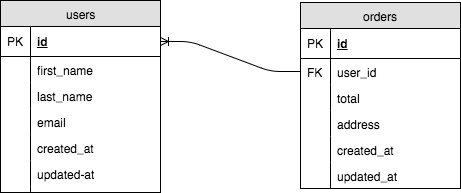
Earlier version of the draw.io export schema_one-to-many.png (darwins-fox-2017/schema-one-to-many). Source tidied: cells renumbered, new cells last; positions are measured from the earlier drawing's top-left corner, leaving out a move shared by most shapes. Source of this version:
```xml
<mxGraphModel background="#ffffff">
  <root>
    <mxCell id="0" />
    <mxCell id="1" parent="0" />
    <mxCell id="2" value="users" style="swimlane;html=1;fontStyle=0;horizontal=1;startSize=26;fillColor=#e0e0e0;swimlaneFillColor=#ffffff;align=center;" parent="1" vertex="1">
      <mxGeometry width="160" height="192" as="geometry" />
    </mxCell>
    <mxCell id="3" value="id" style="shape=partialRectangle;top=0;left=0;right=0;bottom=1;html=1;align=left;verticalAlign=middle;fillColor=none;spacingLeft=34;spacingRight=4;whiteSpace=wrap;overflow=hidden;points=[[0,0.5],[1,0.5]];portConstraint=eastwest;fontStyle=5;" parent="2" vertex="1">
      <mxGeometry y="26" width="160" height="30" as="geometry" />
    </mxCell>
    <mxCell id="4" value="PK" style="shape=partialRectangle;top=0;left=0;bottom=0;html=1;fillColor=none;align=left;verticalAlign=middle;spacingLeft=4;spacingRight=4;whiteSpace=wrap;overflow=hidden;" parent="3" vertex="1">
      <mxGeometry width="30" height="30" as="geometry" />
    </mxCell>
    <mxCell id="5" value="first_name" style="shape=partialRectangle;top=0;left=0;right=0;bottom=0;html=1;align=left;verticalAlign=top;fillColor=none;spacingLeft=34;spacingRight=4;whiteSpace=wrap;overflow=hidden;" parent="2" vertex="1">
      <mxGeometry y="56" width="160" height="26" as="geometry" />
    </mxCell>
    <mxCell id="6" style="shape=partialRectangle;top=0;left=0;bottom=0;html=1;fillColor=none;align=left;verticalAlign=top;spacingLeft=4;spacingRight=4;whiteSpace=wrap;overflow=hidden;" parent="5" vertex="1">
      <mxGeometry width="30" height="26" as="geometry" />
    </mxCell>
    <mxCell id="7" value="last_name" style="shape=partialRectangle;top=0;left=0;right=0;bottom=0;html=1;align=left;verticalAlign=top;fillColor=none;spacingLeft=34;spacingRight=4;whiteSpace=wrap;overflow=hidden;" parent="2" vertex="1">
      <mxGeometry y="82" width="160" height="26" as="geometry" />
    </mxCell>
    <mxCell id="8" style="shape=partialRectangle;top=0;left=0;bottom=0;html=1;fillColor=none;align=left;verticalAlign=top;spacingLeft=4;spacingRight=4;whiteSpace=wrap;overflow=hidden;" parent="7" vertex="1">
      <mxGeometry width="30" height="26" as="geometry" />
    </mxCell>
    <mxCell id="9" value="email" style="shape=partialRectangle;top=0;left=0;right=0;bottom=0;html=1;align=left;verticalAlign=top;fillColor=none;spacingLeft=34;spacingRight=4;whiteSpace=wrap;overflow=hidden;" parent="2" vertex="1">
      <mxGeometry y="108" width="160" height="26" as="geometry" />
    </mxCell>
    <mxCell id="10" style="shape=partialRectangle;top=0;left=0;bottom=0;html=1;fillColor=none;align=left;verticalAlign=top;spacingLeft=4;spacingRight=4;whiteSpace=wrap;overflow=hidden;" parent="9" vertex="1">
      <mxGeometry width="30" height="26" as="geometry" />
    </mxCell>
    <mxCell id="11" value="created_at" style="shape=partialRectangle;top=0;left=0;right=0;bottom=0;html=1;align=left;verticalAlign=top;fillColor=none;spacingLeft=34;spacingRight=4;whiteSpace=wrap;overflow=hidden;" parent="2" vertex="1">
      <mxGeometry y="134" width="160" height="26" as="geometry" />
    </mxCell>
    <mxCell id="12" style="shape=partialRectangle;top=0;left=0;bottom=0;html=1;fillColor=none;align=left;verticalAlign=top;spacingLeft=4;spacingRight=4;whiteSpace=wrap;overflow=hidden;" parent="11" vertex="1">
      <mxGeometry width="30" height="26" as="geometry" />
    </mxCell>
    <mxCell id="13" value="updated-at" style="shape=partialRectangle;top=0;left=0;right=0;bottom=0;html=1;align=left;verticalAlign=top;fillColor=none;spacingLeft=34;spacingRight=4;whiteSpace=wrap;overflow=hidden;" parent="2" vertex="1">
      <mxGeometry y="160" width="160" height="26" as="geometry" />
    </mxCell>
    <mxCell id="14" style="shape=partialRectangle;top=0;left=0;bottom=0;html=1;fillColor=none;align=left;verticalAlign=top;spacingLeft=4;spacingRight=4;whiteSpace=wrap;overflow=hidden;" parent="13" vertex="1">
      <mxGeometry width="30" height="26" as="geometry" />
    </mxCell>
    <mxCell id="15" style="shape=partialRectangle;top=0;left=0;right=0;bottom=0;html=1;align=left;verticalAlign=top;fillColor=none;spacingLeft=34;spacingRight=4;whiteSpace=wrap;overflow=hidden;" parent="2" vertex="1">
      <mxGeometry y="186" width="160" height="6" as="geometry" />
    </mxCell>
    <mxCell id="16" style="shape=partialRectangle;top=0;left=0;bottom=0;html=1;fillColor=none;align=left;verticalAlign=top;spacingLeft=4;spacingRight=4;whiteSpace=wrap;overflow=hidden;" parent="15" vertex="1">
      <mxGeometry width="30" height="6" as="geometry" />
    </mxCell>
    <mxCell id="17" value="orders" style="swimlane;html=1;fontStyle=0;horizontal=1;startSize=26;fillColor=#e0e0e0;swimlaneFillColor=#ffffff;align=center;" parent="1" vertex="1">
      <mxGeometry x="300" y="2" width="160" height="186" as="geometry" />
    </mxCell>
    <mxCell id="18" value="id" style="shape=partialRectangle;top=0;left=0;right=0;bottom=1;html=1;align=left;verticalAlign=middle;fillColor=none;spacingLeft=34;spacingRight=4;whiteSpace=wrap;overflow=hidden;fontStyle=5;" parent="17" vertex="1">
      <mxGeometry y="26" width="160" height="30" as="geometry" />
    </mxCell>
    <mxCell id="19" value="PK" style="shape=partialRectangle;top=0;left=0;bottom=0;html=1;fillColor=none;align=left;verticalAlign=middle;spacingLeft=4;spacingRight=4;whiteSpace=wrap;overflow=hidden;" parent="18" vertex="1">
      <mxGeometry width="30" height="30" as="geometry" />
    </mxCell>
    <mxCell id="20" value="user_id" style="shape=partialRectangle;top=0;left=0;right=0;bottom=0;html=1;align=left;verticalAlign=top;fillColor=none;spacingLeft=34;spacingRight=4;whiteSpace=wrap;overflow=hidden;points=[[0,0.5],[1,0.5]];portConstraint=eastwest;" parent="17" vertex="1">
      <mxGeometry y="56" width="160" height="26" as="geometry" />
    </mxCell>
    <mxCell id="21" value="FK" style="shape=partialRectangle;top=0;left=0;bottom=0;html=1;fillColor=none;align=left;verticalAlign=top;spacingLeft=4;spacingRight=4;whiteSpace=wrap;overflow=hidden;" parent="20" vertex="1">
      <mxGeometry width="30" height="26" as="geometry" />
    </mxCell>
    <mxCell id="22" value="total" style="shape=partialRectangle;top=0;left=0;right=0;bottom=0;html=1;align=left;verticalAlign=top;fillColor=none;spacingLeft=34;spacingRight=4;whiteSpace=wrap;overflow=hidden;" parent="17" vertex="1">
      <mxGeometry y="82" width="160" height="26" as="geometry" />
    </mxCell>
    <mxCell id="23" style="shape=partialRectangle;top=0;left=0;bottom=0;html=1;fillColor=none;align=left;verticalAlign=top;spacingLeft=4;spacingRight=4;whiteSpace=wrap;overflow=hidden;" parent="22" vertex="1">
      <mxGeometry width="30" height="26" as="geometry" />
    </mxCell>
    <mxCell id="24" value="address" style="shape=partialRectangle;top=0;left=0;right=0;bottom=0;html=1;align=left;verticalAlign=top;fillColor=none;spacingLeft=34;spacingRight=4;whiteSpace=wrap;overflow=hidden;" parent="17" vertex="1">
      <mxGeometry y="108" width="160" height="26" as="geometry" />
    </mxCell>
    <mxCell id="25" style="shape=partialRectangle;top=0;left=0;bottom=0;html=1;fillColor=none;align=left;verticalAlign=top;spacingLeft=4;spacingRight=4;whiteSpace=wrap;overflow=hidden;" parent="24" vertex="1">
      <mxGeometry width="30" height="26" as="geometry" />
    </mxCell>
    <mxCell id="26" value="created_at" style="shape=partialRectangle;top=0;left=0;right=0;bottom=0;html=1;align=left;verticalAlign=top;fillColor=none;spacingLeft=34;spacingRight=4;whiteSpace=wrap;overflow=hidden;" parent="17" vertex="1">
      <mxGeometry y="134" width="160" height="26" as="geometry" />
    </mxCell>
    <mxCell id="27" style="shape=partialRectangle;top=0;left=0;bottom=0;html=1;fillColor=none;align=left;verticalAlign=top;spacingLeft=4;spacingRight=4;whiteSpace=wrap;overflow=hidden;" parent="26" vertex="1">
      <mxGeometry width="30" height="26" as="geometry" />
    </mxCell>
    <mxCell id="28" value="updated_at" style="shape=partialRectangle;top=0;left=0;right=0;bottom=0;html=1;align=left;verticalAlign=top;fillColor=none;spacingLeft=34;spacingRight=4;whiteSpace=wrap;overflow=hidden;" parent="17" vertex="1">
      <mxGeometry y="160" width="160" height="26" as="geometry" />
    </mxCell>
    <mxCell id="29" style="shape=partialRectangle;top=0;left=0;bottom=0;html=1;fillColor=none;align=left;verticalAlign=top;spacingLeft=4;spacingRight=4;whiteSpace=wrap;overflow=hidden;" parent="28" vertex="1">
      <mxGeometry width="30" height="26" as="geometry" />
    </mxCell>
    <mxCell id="30" style="edgeStyle=entityRelationEdgeStyle;html=1;endArrow=none;endFill=0;startArrow=ERoneToMany;startFill=0;entryX=0;entryY=0.5;exitX=1;exitY=0.5;" parent="1" edge="1" source="3" target="20">
      <mxGeometry relative="1" as="geometry" />
    </mxCell>
  </root>
</mxGraphModel>
```
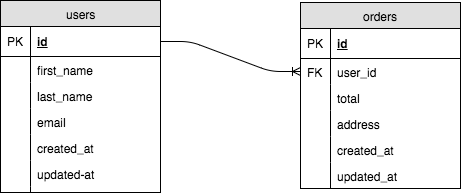
Above is the later version.

What changed in the source:
```diff
@@ -86,7 +86,7 @@
     <mxCell id="29" style="shape=partialRectangle;top=0;left=0;bottom=0;html=1;fillColor=none;align=left;verticalAlign=top;spacingLeft=4;spacingRight=4;whiteSpace=wrap;overflow=hidden;" parent="28" vertex="1">
       <mxGeometry width="30" height="26" as="geometry" />
     </mxCell>
-    <mxCell id="30" style="edgeStyle=entityRelationEdgeStyle;html=1;endArrow=none;endFill=0;startArrow=ERoneToMany;startFill=0;entryX=0;entryY=0.5;exitX=1;exitY=0.5;" parent="1" edge="1" source="3" target="20">
+    <mxCell id="30" style="edgeStyle=entityRelationEdgeStyle;html=1;endArrow=ERoneToMany;endFill=0;startArrow=none;startFill=0;entryX=0;entryY=0.5;exitX=1;exitY=0.5;" parent="1" edge="1" source="3" target="20">
       <mxGeometry relative="1" as="geometry" />
     </mxCell>
   </root>
```
